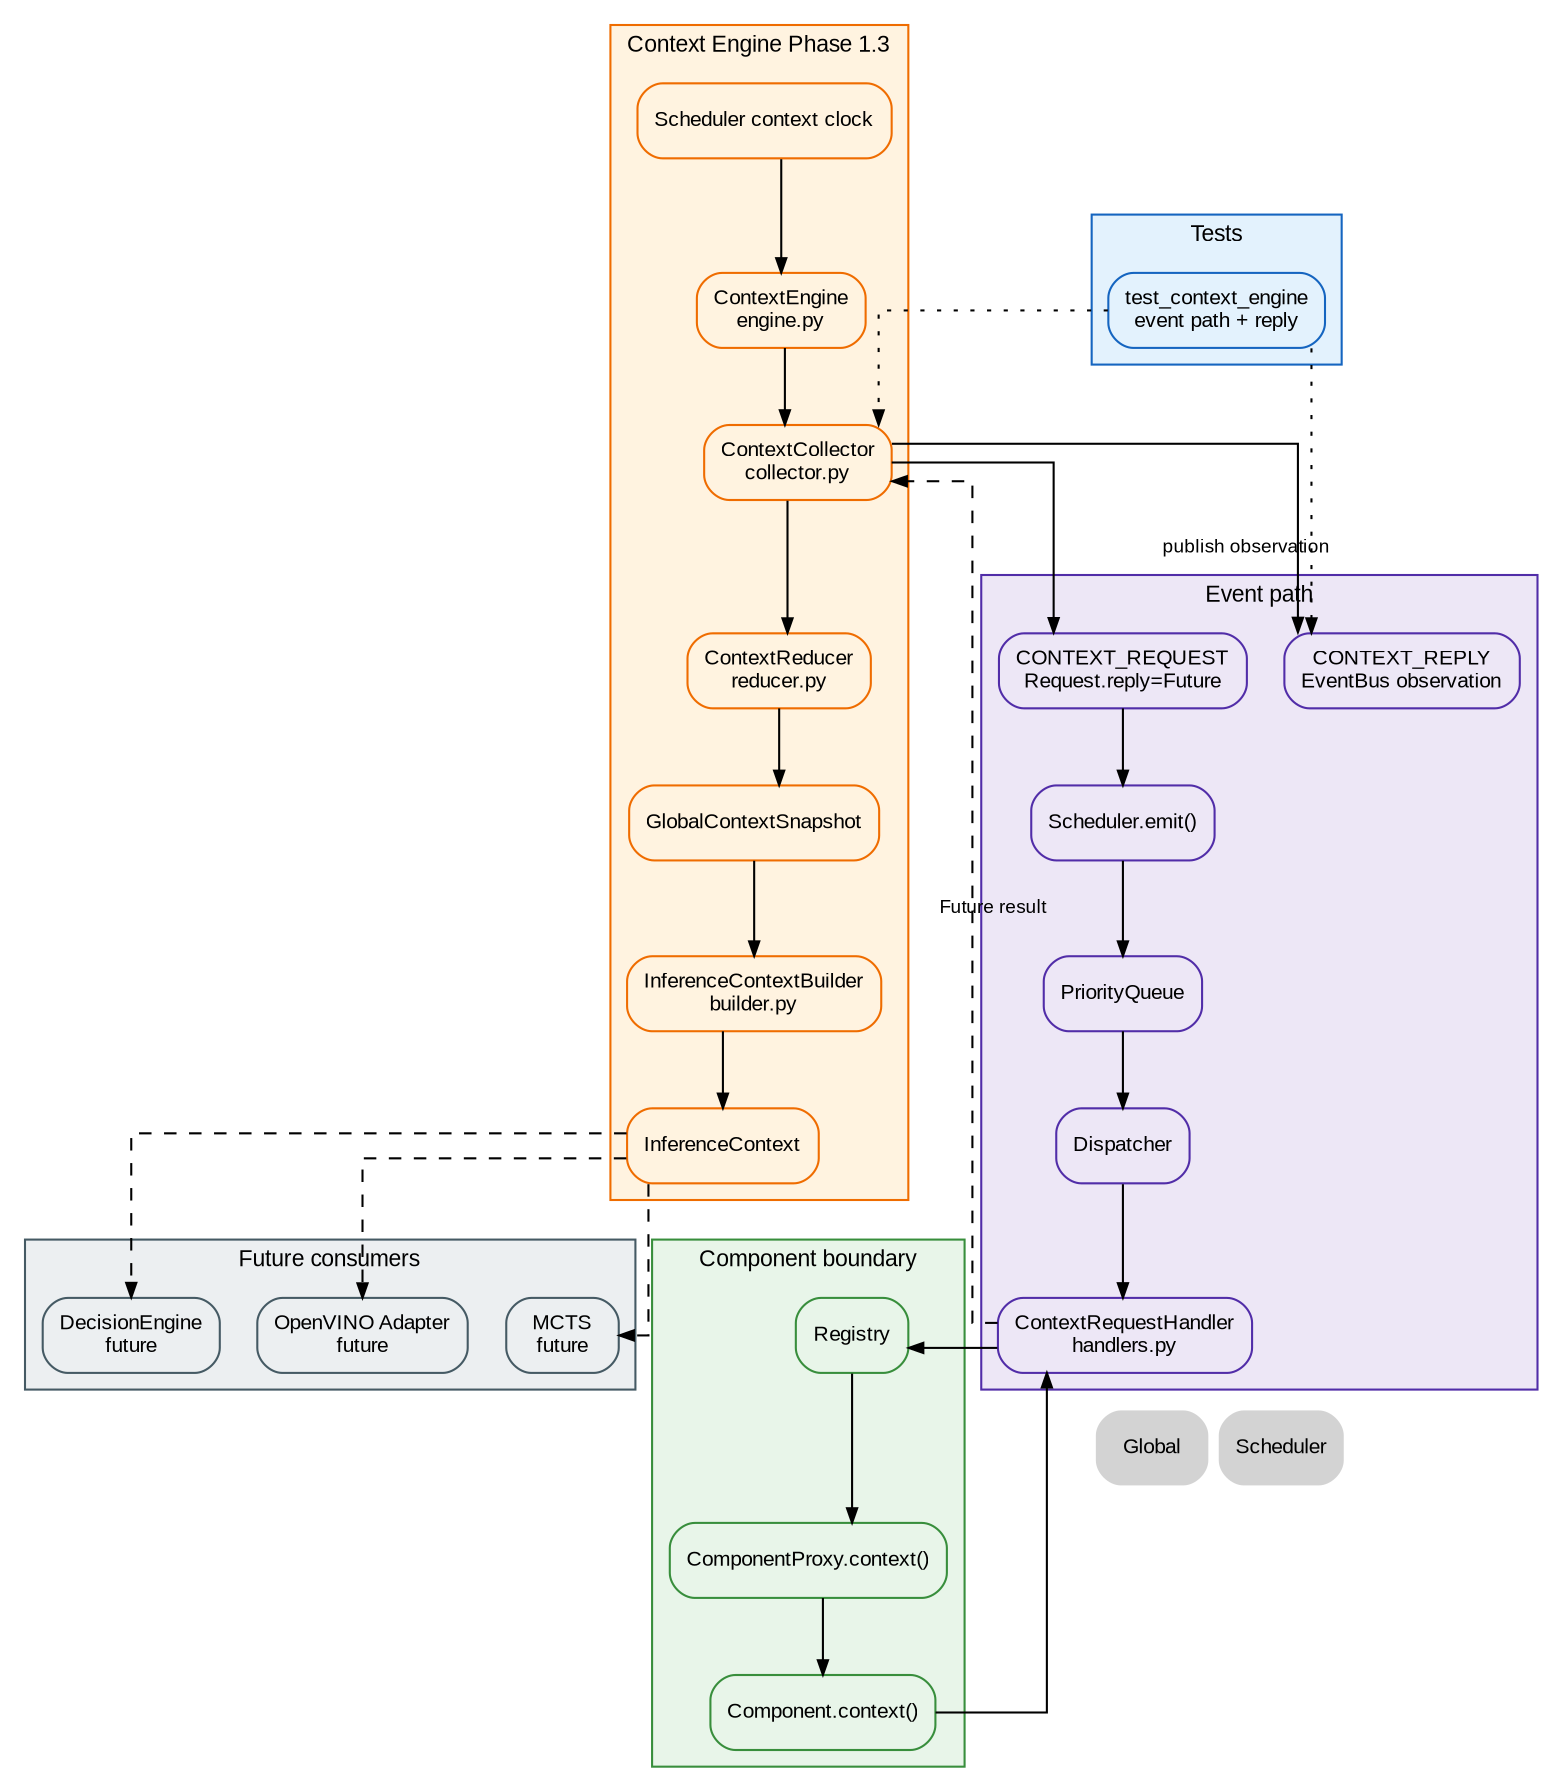
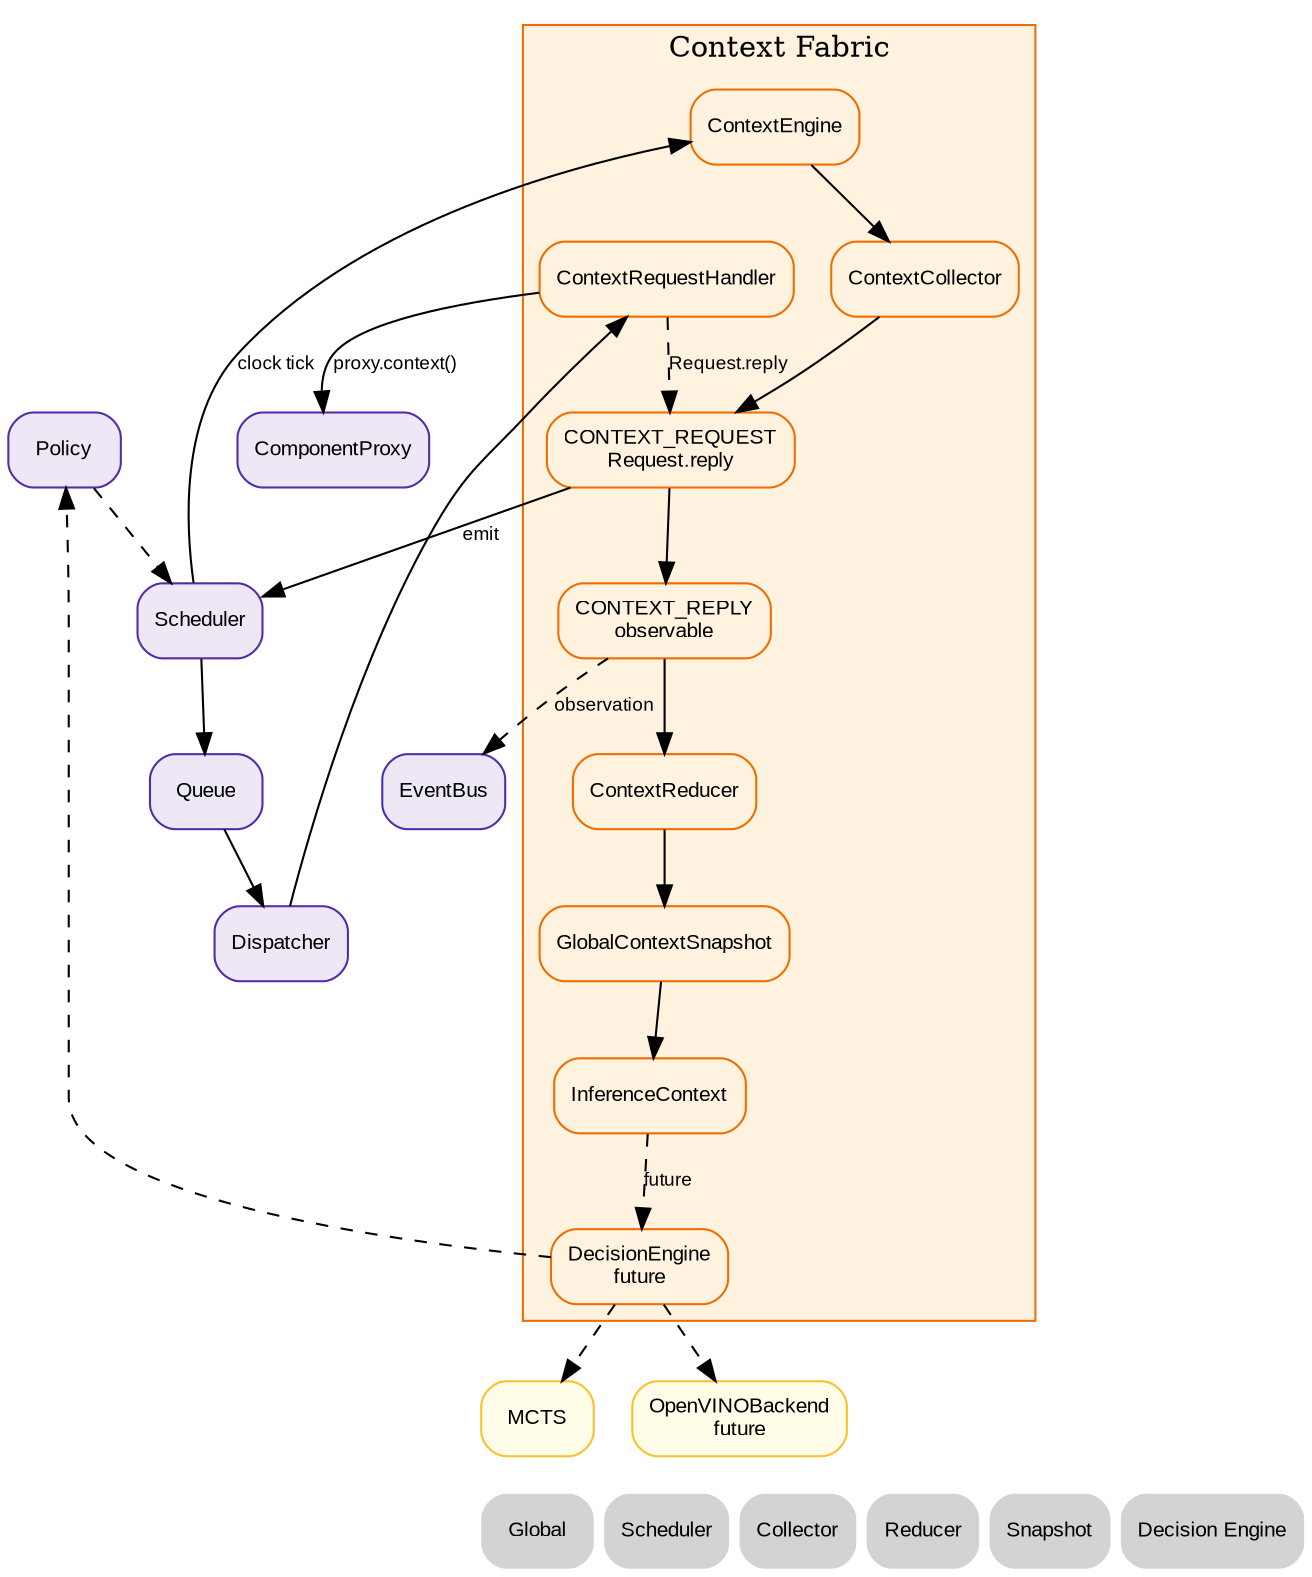
digraph Context {
-     // ROADMAP_NOTE[phase1_3]: Context is now a dedicated pipeline.
-     // The fast path Registry -> proxy.context() is removed from the roadmap as the main path.
-     // Collector emits CONTEXT_REQUEST through Scheduler.emit(), Handler touches ComponentProxy,
-     // Reducer builds GlobalContextSnapshot, Builder builds InferenceContext.
+     // ROADMAP_ID: context
+     // ROADMAP_NOTE[phase2_4c]:
+     // Les sous-graphes du contexte sont au même niveau de profondeur que
+     // 20_context.dot dans doc/docs/architecture/context/. Les URL pointent donc
+     // vers 21_collector.svg, 22_reducer.svg, 23_snapshot.svg et
+     // 24_decision_engine.svg sans sous-répertoire artificiel.

    rankdir=TB;
-     splines=ortho;
-     compound=true;
+     node [shape=box, style="rounded,filled", fontname="Arial", fontsize=10];
+     edge [fontname="Arial", fontsize=9];

-     graph [fontname="Arial", fontsize=11];
-     node [shape=box, style="rounded,filled", fontname="Arial", fontsize=10];
-     edge [fontname="Arial", fontsize=9, arrowsize=0.7];
- 
-     subgraph cluster_engine {
-         label="Context Engine Phase 1.3";
+     subgraph cluster_context {
+         label="Context Fabric";
        color="#ef6c00";
        bgcolor="#fff3e0";
        node [fillcolor="#fff3e0", color="#ef6c00"];

-         Clock [label="Scheduler context clock"];
-         Engine [label="ContextEngine\nengine.py"];
-         Collector [label="ContextCollector\ncollector.py"];
-         Reducer [label="ContextReducer\nreducer.py"];
-         Builder [label="InferenceContextBuilder\nbuilder.py"];
-         Snapshot [label="GlobalContextSnapshot"];
-         Inference [label="InferenceContext"];
+         Engine [label="ContextEngine"];
+         Collector [label="ContextCollector", URL="21_collector.svg"];
+         Request [label="CONTEXT_REQUEST\nRequest.reply"];
+         Handler [label="ContextRequestHandler"];
+         Reply [label="CONTEXT_REPLY\nobservable"];
+         Reducer [label="ContextReducer", URL="22_reducer.svg"];
+         Snapshot [label="GlobalContextSnapshot", URL="23_snapshot.svg"];
+         Inference [label="InferenceContext", URL="23_snapshot.svg"];
+         Decision [label="DecisionEngine\nfuture", URL="24_decision_engine.svg"];
    }

-     subgraph cluster_event_path {
-         label="Event path";
-         color="#512da8";
-         bgcolor="#ede7f6";
-         node [fillcolor="#ede7f6", color="#512da8"];
+     Scheduler [fillcolor="#ede7f6", color="#512da8", URL="../scheduler/10_scheduler.svg"];
+     Queue [fillcolor="#ede7f6", color="#512da8", URL="../scheduler/priority_queue/13_priority_queue.svg"];
+     Dispatcher [fillcolor="#ede7f6", color="#512da8", URL="../scheduler/dispatcher/11_dispatcher.svg"];
+     Proxy [label="ComponentProxy", fillcolor="#ede7f6", color="#512da8", URL="../scheduler/component_proxy/14_component_proxy.svg"];
+     EventBus [fillcolor="#ede7f6", color="#512da8", URL="../scheduler/event_bus/12_event_bus.svg"];
+     Policy [fillcolor="#ede7f6", color="#512da8", URL="../scheduler/10_scheduler.svg"];
+     MCTS [fillcolor="#fffde7", color="#fbc02d", URL="../learning/60_learning.svg"];
+     OpenVINO [label="OpenVINOBackend\nfuture", fillcolor="#fffde7", color="#fbc02d", URL="../inference/40_inference.svg"];

-         Scheduler [label="Scheduler.emit()"];
-         Queue [label="PriorityQueue"];
-         Dispatcher [label="Dispatcher"];
-         Handler [label="ContextRequestHandler\nhandlers.py"];
-         Request [label="CONTEXT_REQUEST\nRequest.reply=Future"];
-         Reply [label="CONTEXT_REPLY\nEventBus observation"];
-     }
- 
-     subgraph cluster_component {
-         label="Component boundary";
-         color="#388e3c";
-         bgcolor="#e8f5e9";
-         node [fillcolor="#e8f5e9", color="#388e3c"];
- 
-         Registry [label="Registry"];
-         Proxy [label="ComponentProxy.context()"];
-         Component [label="Component.context()"];
-     }
- 
-     subgraph cluster_future {
-         label="Future consumers";
-         color="#455a64";
-         bgcolor="#eceff1";
-         node [fillcolor="#eceff1", color="#455a64"];
- 
-         Decision [label="DecisionEngine\nfuture"];
-         OpenVINO [label="OpenVINO Adapter\nfuture"];
-         MCTS [label="MCTS\nfuture"];
-     }
- 
-     subgraph cluster_tests {
-         label="Tests";
-         color="#1565c0";
-         bgcolor="#e3f2fd";
-         node [fillcolor="#e3f2fd", color="#1565c0"];
- 
-         TestContext [label="test_context_engine\nevent path + reply"];
-     }
- 
-     Clock -> Engine;
+     Scheduler -> Engine [label="clock tick"];
    Engine -> Collector;
    Collector -> Request;
-     Request -> Scheduler;
+     Request -> Scheduler [label="emit"];
    Scheduler -> Queue;
    Queue -> Dispatcher;
    Dispatcher -> Handler;
-     Handler -> Registry;
-     Registry -> Proxy;
-     Proxy -> Component;
-     Component -> Handler;
-     Handler -> Collector [label="Future result", style=dashed];
-     Collector -> Reply [label="publish observation"];
-     Collector -> Reducer;
+     Handler -> Proxy [label="proxy.context()"];
+     Handler -> Request [label="Request.reply", style=dashed];
+     Request -> Reply;
+     Reply -> EventBus [style=dashed, label="observation"];
+     Reply -> Reducer;
    Reducer -> Snapshot;
-     Snapshot -> Builder;
-     Builder -> Inference;
- 
-     Inference -> Decision [style=dashed];
-     Inference -> OpenVINO [style=dashed];
-     Inference -> MCTS [style=dashed];
- 
-     TestContext -> Collector [style=dotted];
-     TestContext -> Reply [style=dotted];
+     Snapshot -> Inference;
+     Inference -> Decision [style=dashed, label="future"];
+     Decision -> Policy [style=dashed];
+     Policy -> Scheduler [style=dashed];
+     Decision -> MCTS [style=dashed];
+     Decision -> OpenVINO [style=dashed];

    Nav_Global [label="Global", shape=plaintext, URL="../00_global.svg"];
    Nav_Scheduler [label="Scheduler", shape=plaintext, URL="../scheduler/10_scheduler.svg"];
+     Nav_Collector [label="Collector", shape=plaintext, URL="21_collector.svg"];
+     Nav_Reducer [label="Reducer", shape=plaintext, URL="22_reducer.svg"];
+     Nav_Snapshot [label="Snapshot", shape=plaintext, URL="23_snapshot.svg"];
+     Nav_Decision [label="Decision Engine", shape=plaintext, URL="24_decision_engine.svg"];

-     { rank=sink; Nav_Global; Nav_Scheduler; }
+     { rank=sink; Nav_Global; Nav_Scheduler; Nav_Collector; Nav_Reducer; Nav_Snapshot; Nav_Decision; }
}
